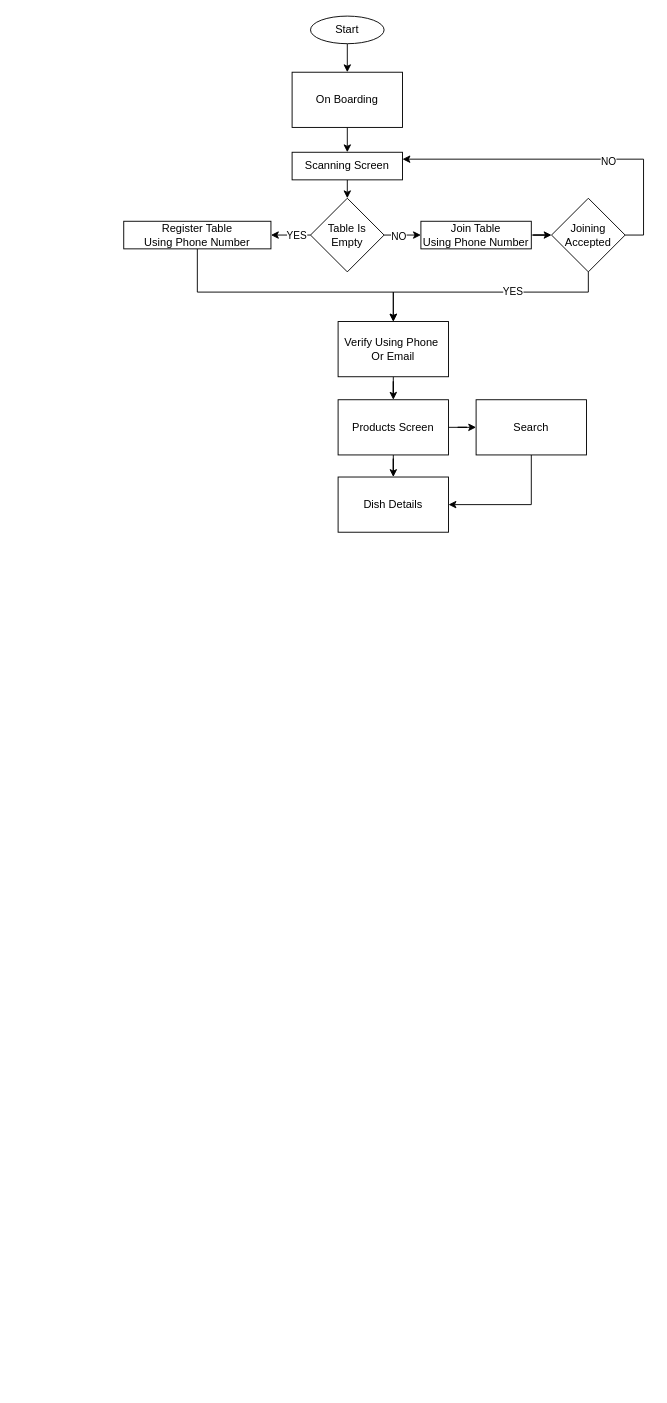
Ahamed-shareef/learn keeps this draw.io diagram as WorkFlow.drawio. Above is the earlier version. Source tidied: cells renumbered, new cells numbered last; positions are measured from the earlier drawing's top-left corner, leaving out a move shared by most shapes. Both pictures are drawn from the tidied source at 92%, with x=0, y=0 at pixel (123, 16).
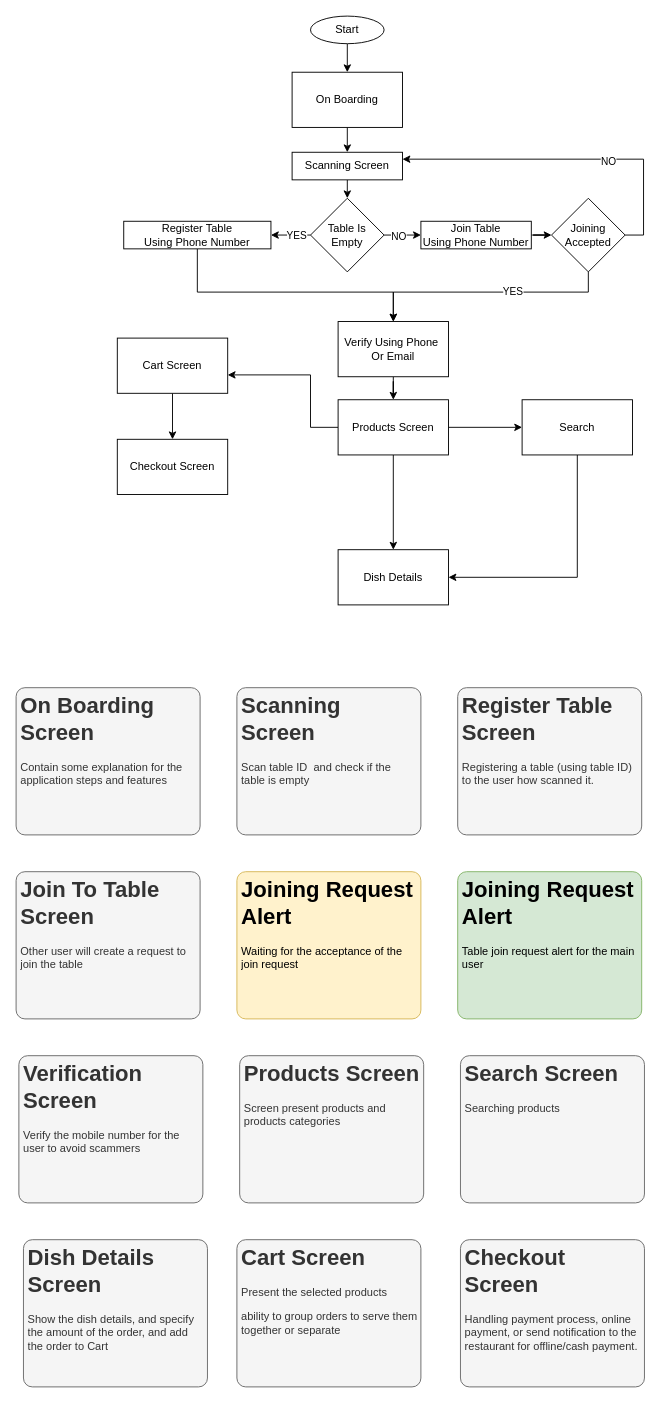
The same page after the edit.

The change refers to these unchanged cells:
```xml
<mxCell id="26" value="Products Screen" style="whiteSpace=wrap;html=1;rounded=0;" parent="1" vertex="1">
  <mxGeometry x="233" y="417" width="120" height="60" as="geometry" />
</mxCell>
```

The edit, as a diff of the source:
```diff
@@
+    <mxCell id="30" style="edgeStyle=orthogonalEdgeStyle;rounded=0;jettySize=auto;html=1;" parent="1" edge="1" source="26" target="32">
+      <mxGeometry relative="1" as="geometry">
+        <Array as="points">
+          <mxPoint x="203" y="447" />
+          <mxPoint x="203" y="390" />
+        </Array>
+      </mxGeometry>
+    </mxCell>
@@
     <mxCell id="27" value="Dish Details" style="whiteSpace=wrap;html=1;rounded=0;" parent="1" vertex="1">
-      <mxGeometry x="233" y="501" width="120" height="60" as="geometry" />
+      <mxGeometry x="233" y="580" width="120" height="60" as="geometry" />
     </mxCell>
@@
     <mxCell id="29" value="Search" style="whiteSpace=wrap;html=1;rounded=0;" parent="1" vertex="1">
-      <mxGeometry x="383" y="417" width="120" height="60" as="geometry" />
+      <mxGeometry x="433" y="417" width="120" height="60" as="geometry" />
     </mxCell>
+    <mxCell id="31" style="edgeStyle=orthogonalEdgeStyle;rounded=0;jettySize=auto;html=1;" parent="1" edge="1" source="32" target="33">
+      <mxGeometry relative="1" as="geometry" />
+    </mxCell>
+    <mxCell id="32" value="Cart Screen" style="whiteSpace=wrap;html=1;rounded=0;" parent="1" vertex="1">
+      <mxGeometry x="-7" y="350" width="120" height="60" as="geometry" />
+    </mxCell>
+    <mxCell id="33" value="Checkout Screen" style="whiteSpace=wrap;html=1;rounded=0;" parent="1" vertex="1">
+      <mxGeometry x="-7" y="460" width="120" height="60" as="geometry" />
+    </mxCell>
+    <mxCell id="34" value="&lt;h1&gt;On Boarding Screen&lt;/h1&gt;&lt;p&gt;Contain some explanation for the application steps and features&lt;/p&gt;" style="text;html=1;spacing=5;spacingTop=-20;whiteSpace=wrap;overflow=hidden;rounded=1;fillColor=#f5f5f5;fontColor=#333333;strokeColor=#666666;arcSize=6;" parent="1" vertex="1">
+      <mxGeometry x="-117" y="730" width="200" height="160" as="geometry" />
+    </mxCell>
+    <mxCell id="35" value="&lt;h1&gt;Scanning Screen&lt;/h1&gt;&lt;p&gt;Scan table ID&amp;nbsp; and check if the table is empty&lt;/p&gt;" style="text;html=1;spacing=5;spacingTop=-20;whiteSpace=wrap;overflow=hidden;rounded=1;fillColor=#f5f5f5;fontColor=#333333;strokeColor=#666666;arcSize=6;" parent="1" vertex="1">
+      <mxGeometry x="123" y="730" width="200" height="160" as="geometry" />
+    </mxCell>
+    <mxCell id="36" value="&lt;h1&gt;Register Table Screen&lt;/h1&gt;&lt;p&gt;Registering a table (using table ID) to the user how scanned it.&lt;/p&gt;" style="text;html=1;spacing=5;spacingTop=-20;whiteSpace=wrap;overflow=hidden;rounded=1;fillColor=#f5f5f5;fontColor=#333333;strokeColor=#666666;arcSize=6;" parent="1" vertex="1">
+      <mxGeometry x="363" y="730" width="200" height="160" as="geometry" />
+    </mxCell>
+    <mxCell id="37" value="&lt;h1&gt;Join To Table Screen&lt;/h1&gt;&lt;p&gt;Other user will create a request to join the table&amp;nbsp;&lt;/p&gt;" style="text;html=1;spacing=5;spacingTop=-20;whiteSpace=wrap;overflow=hidden;rounded=1;fillColor=#f5f5f5;fontColor=#333333;strokeColor=#666666;arcSize=6;" parent="1" vertex="1">
+      <mxGeometry x="-117" y="930" width="200" height="160" as="geometry" />
+    </mxCell>
+    <mxCell id="38" value="&lt;h1&gt;Joining Request Alert&lt;/h1&gt;&lt;p&gt;Waiting for the acceptance of the join request&lt;/p&gt;" style="text;html=1;spacing=5;spacingTop=-20;whiteSpace=wrap;overflow=hidden;rounded=1;fillColor=#fff2cc;strokeColor=#d6b656;arcSize=6;" parent="1" vertex="1">
+      <mxGeometry x="123" y="930" width="200" height="160" as="geometry" />
+    </mxCell>
+    <mxCell id="39" value="&lt;h1&gt;Joining Request Alert&lt;/h1&gt;&lt;p&gt;Table join request alert for the main user&lt;/p&gt;" style="text;html=1;spacing=5;spacingTop=-20;whiteSpace=wrap;overflow=hidden;rounded=1;fillColor=#d5e8d4;strokeColor=#82b366;arcSize=6;" parent="1" vertex="1">
+      <mxGeometry x="363" y="930" width="200" height="160" as="geometry" />
+    </mxCell>
+    <mxCell id="40" value="&lt;h1&gt;Verification Screen&lt;/h1&gt;&lt;p&gt;Verify the mobile number for the user to avoid scammers&amp;nbsp;&lt;/p&gt;" style="text;html=1;spacing=5;spacingTop=-20;whiteSpace=wrap;overflow=hidden;rounded=1;fillColor=#f5f5f5;fontColor=#333333;strokeColor=#666666;arcSize=6;" parent="1" vertex="1">
+      <mxGeometry x="-114" y="1130" width="200" height="160" as="geometry" />
+    </mxCell>
+    <mxCell id="41" value="&lt;h1&gt;Products Screen&lt;/h1&gt;&lt;p&gt;Screen present products and products categories&lt;/p&gt;" style="text;html=1;spacing=5;spacingTop=-20;whiteSpace=wrap;overflow=hidden;rounded=1;fillColor=#f5f5f5;fontColor=#333333;strokeColor=#666666;arcSize=6;" parent="1" vertex="1">
+      <mxGeometry x="126" y="1130" width="200" height="160" as="geometry" />
+    </mxCell>
+    <mxCell id="42" value="&lt;h1&gt;Search Screen&lt;/h1&gt;&lt;p&gt;Searching products&lt;/p&gt;" style="text;html=1;spacing=5;spacingTop=-20;whiteSpace=wrap;overflow=hidden;rounded=1;fillColor=#f5f5f5;fontColor=#333333;strokeColor=#666666;arcSize=6;" parent="1" vertex="1">
+      <mxGeometry x="366" y="1130" width="200" height="160" as="geometry" />
+    </mxCell>
+    <mxCell id="43" value="&lt;h1&gt;Cart Screen&lt;/h1&gt;&lt;p&gt;Present the selected products&lt;/p&gt;&lt;p&gt;ability to group orders to serve them together or separate&lt;/p&gt;" style="text;html=1;spacing=5;spacingTop=-20;whiteSpace=wrap;overflow=hidden;rounded=1;fillColor=#f5f5f5;fontColor=#333333;strokeColor=#666666;arcSize=6;" parent="1" vertex="1">
+      <mxGeometry x="123" y="1330" width="200" height="160" as="geometry" />
+    </mxCell>
+    <mxCell id="44" value="&lt;h1&gt;Checkout Screen&lt;/h1&gt;&lt;p&gt;Handling payment process, online payment, or send notification to the restaurant for offline/cash payment.&lt;/p&gt;" style="text;html=1;spacing=5;spacingTop=-20;whiteSpace=wrap;overflow=hidden;rounded=1;fillColor=#f5f5f5;fontColor=#333333;strokeColor=#666666;arcSize=6;" parent="1" vertex="1">
+      <mxGeometry x="366" y="1330" width="200" height="160" as="geometry" />
+    </mxCell>
+    <mxCell id="45" value="&lt;h1&gt;Dish Details Screen&lt;/h1&gt;&lt;p&gt;Show the dish details, and specify the amount of the order, and add the order to Cart&lt;/p&gt;" style="text;html=1;spacing=5;spacingTop=-20;whiteSpace=wrap;overflow=hidden;rounded=1;fillColor=#f5f5f5;fontColor=#333333;strokeColor=#666666;arcSize=6;" parent="1" vertex="1">
+      <mxGeometry x="-109" y="1330" width="200" height="160" as="geometry" />
+    </mxCell>
```
